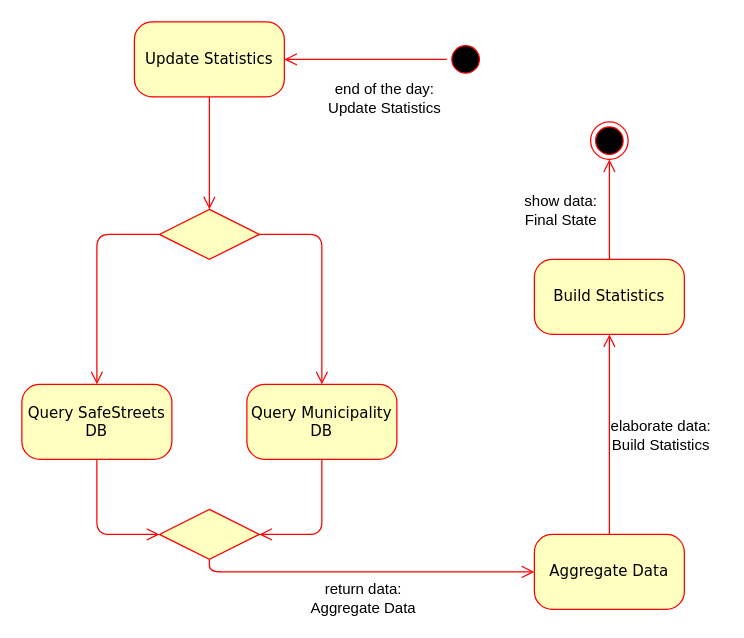
GiorgioUghini/SafeStreets keeps this draw.io diagram as RASD/diagrams/statisticsConstruction.drawio. Above is the earlier version. Source tidied: cells renumbered, new cells numbered last; positions are measured from the earlier drawing's top-left corner, leaving out a move shared by most shapes. Both pictures are drawn from the tidied source at 125%, with x=0, y=0 at pixel (21, 21).
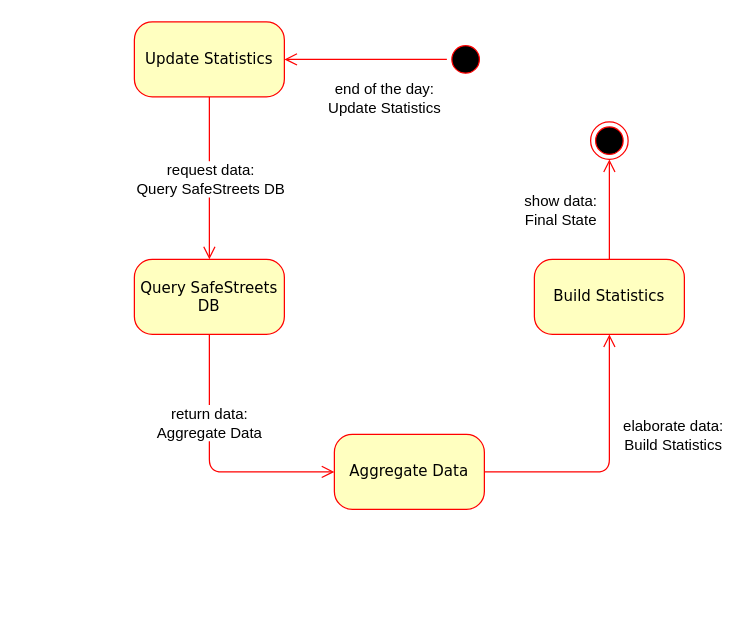
After the change.

Commit message (it also covers changes not shown here):
Modify 2.3.2 2.3.3 diagrams RASD after DD

The change refers to these unchanged cells:
```xml
<mxCell id="19" value="Build Statistics" style="rounded=1;whiteSpace=wrap;html=1;arcSize=24;fillColor=#ffffc0;strokeColor=#ff0000;shadow=0;comic=0;labelBackgroundColor=none;fontFamily=Verdana;fontSize=12;fontColor=#000000;align=center;" parent="1" vertex="1">
  <mxGeometry x="410" y="190" width="120" height="60" as="geometry" />
</mxCell>
```

What changed in the source:
```diff
@@
-    <mxCell id="7" style="rhombus;whiteSpace=wrap;html=1;fillColor=#FFFFC0;strokeColor=#FF0000;" parent="1" vertex="1">
-      <mxGeometry x="110" y="150" width="80" height="40" as="geometry" />
-    </mxCell>
-    <mxCell id="8" style="edgeStyle=elbowEdgeStyle;html=1;labelBackgroundColor=none;endArrow=open;endSize=8;strokeColor=#ff0000;fontFamily=Verdana;fontSize=12;align=left;exitX=0.25;exitY=1;" parent="1" edge="1">
+    <mxCell id="8" style="edgeStyle=elbowEdgeStyle;html=1;labelBackgroundColor=none;endArrow=open;endSize=8;strokeColor=#ff0000;fontFamily=Verdana;fontSize=12;align=left;exitX=0.25;exitY=1;entryX=0.5;entryY=0;entryDx=0;entryDy=0;" parent="1" edge="1" target="12">
       <mxGeometry relative="1" as="geometry">
         <mxPoint x="150" y="60" as="sourcePoint" />
-        <mxPoint x="150" y="150" as="targetPoint" />
       </mxGeometry>
     </mxCell>
-    <mxCell id="9" style="edgeStyle=elbowEdgeStyle;html=1;labelBackgroundColor=none;endArrow=open;endSize=8;strokeColor=#ff0000;fontFamily=Verdana;fontSize=12;align=left;exitX=0;exitY=0.5;exitDx=0;exitDy=0;entryX=0.5;entryY=0;entryDx=0;entryDy=0;" parent="1" edge="1" source="7" target="12">
-      <mxGeometry relative="1" as="geometry">
-        <Array as="points">
-          <mxPoint x="60" y="240" />
-          <mxPoint x="40" y="180" />
-        </Array>
-      </mxGeometry>
-    </mxCell>
-    <mxCell id="10" style="edgeStyle=elbowEdgeStyle;html=1;labelBackgroundColor=none;endArrow=open;endSize=8;strokeColor=#ff0000;fontFamily=Verdana;fontSize=12;align=left;exitX=1;exitY=0.5;exitDx=0;exitDy=0;entryX=0.5;entryY=0;entryDx=0;entryDy=0;" parent="1" edge="1" source="7" target="11">
-      <mxGeometry relative="1" as="geometry">
-        <Array as="points">
-          <mxPoint x="240" y="250" />
-          <mxPoint x="250" y="180" />
-        </Array>
-      </mxGeometry>
-    </mxCell>
-    <mxCell id="11" value="Query Municipality DB" style="rounded=1;whiteSpace=wrap;html=1;arcSize=24;fillColor=#ffffc0;strokeColor=#ff0000;shadow=0;comic=0;labelBackgroundColor=none;fontFamily=Verdana;fontSize=12;fontColor=#000000;align=center;" parent="1" vertex="1">
-      <mxGeometry x="180" y="290" width="120" height="60" as="geometry" />
-    </mxCell>
+    <mxCell id="24" value="request data:&lt;br&gt;Query SafeStreets DB" style="text;html=1;align=center;verticalAlign=middle;labelBackgroundColor=#ffffff;" parent="8" vertex="1">
+      <mxGeometry y="-11" relative="1" as="geometry">
+        <mxPoint x="11" as="offset" />
+      </mxGeometry>
+    </mxCell>
     <mxCell id="12" value="Query SafeStreets DB" style="rounded=1;whiteSpace=wrap;html=1;arcSize=24;fillColor=#ffffc0;strokeColor=#ff0000;shadow=0;comic=0;labelBackgroundColor=none;fontFamily=Verdana;fontSize=12;fontColor=#000000;align=center;" parent="1" vertex="1">
-      <mxGeometry y="290" width="120" height="60" as="geometry" />
+      <mxGeometry x="90" y="190" width="120" height="60" as="geometry" />
     </mxCell>
     <mxCell id="13" value="Aggregate Data" style="rounded=1;whiteSpace=wrap;html=1;arcSize=24;fillColor=#ffffc0;strokeColor=#ff0000;shadow=0;comic=0;labelBackgroundColor=none;fontFamily=Verdana;fontSize=12;fontColor=#000000;align=center;" parent="1" vertex="1">
-      <mxGeometry x="410" y="410" width="120" height="60" as="geometry" />
+      <mxGeometry x="250" y="330" width="120" height="60" as="geometry" />
     </mxCell>
-    <mxCell id="14" style="rhombus;whiteSpace=wrap;html=1;fillColor=#FFFFC0;strokeColor=#FF0000;" parent="1" vertex="1">
-      <mxGeometry x="110" y="390" width="80" height="40" as="geometry" />
-    </mxCell>
-    <mxCell id="15" style="edgeStyle=elbowEdgeStyle;html=1;labelBackgroundColor=none;endArrow=open;endSize=8;strokeColor=#ff0000;fontFamily=Verdana;fontSize=12;align=left;exitX=0.5;exitY=1;exitDx=0;exitDy=0;entryX=0;entryY=0.5;entryDx=0;entryDy=0;" parent="1" edge="1" source="12" target="14">
-      <mxGeometry relative="1" as="geometry">
-        <Array as="points">
-          <mxPoint x="60" y="400" />
-          <mxPoint x="130" y="380" />
-        </Array>
-      </mxGeometry>
-    </mxCell>
-    <mxCell id="16" style="edgeStyle=elbowEdgeStyle;html=1;labelBackgroundColor=none;endArrow=open;endSize=8;strokeColor=#ff0000;fontFamily=Verdana;fontSize=12;align=left;exitX=0.5;exitY=1;exitDx=0;exitDy=0;entryX=1;entryY=0.5;entryDx=0;entryDy=0;" parent="1" edge="1" source="11" target="14">
-      <mxGeometry relative="1" as="geometry">
-        <Array as="points">
-          <mxPoint x="240" y="400" />
-          <mxPoint x="170" y="380" />
-        </Array>
-      </mxGeometry>
-    </mxCell>
-    <mxCell id="17" style="edgeStyle=elbowEdgeStyle;html=1;labelBackgroundColor=none;endArrow=open;endSize=8;strokeColor=#ff0000;fontFamily=Verdana;fontSize=12;align=left;entryX=0;entryY=0.5;entryDx=0;entryDy=0;exitX=0.5;exitY=1;exitDx=0;exitDy=0;" parent="1" edge="1" source="14" target="13">
+    <mxCell id="17" style="edgeStyle=elbowEdgeStyle;html=1;labelBackgroundColor=none;endArrow=open;endSize=8;strokeColor=#ff0000;fontFamily=Verdana;fontSize=12;align=left;entryX=0;entryY=0.5;entryDx=0;entryDy=0;exitX=0.5;exitY=1;exitDx=0;exitDy=0;" parent="1" edge="1" source="12" target="13">
       <mxGeometry relative="1" as="geometry">
         <Array as="points">
+          <mxPoint x="150" y="360" />
           <mxPoint x="150" y="440" />
         </Array>
       </mxGeometry>
     </mxCell>
     <mxCell id="18" value="return data:&lt;br&gt;Aggregate Data" style="text;html=1;align=center;verticalAlign=middle;labelBackgroundColor=#ffffff;" parent="17" vertex="1">
       <mxGeometry x="0.28" relative="1" as="geometry">
-        <mxPoint x="-41" y="20" as="offset" />
+        <mxPoint x="-25" y="-40" as="offset" />
       </mxGeometry>
     </mxCell>
@@
-    <mxCell id="20" style="edgeStyle=elbowEdgeStyle;html=1;labelBackgroundColor=none;endArrow=open;endSize=8;strokeColor=#ff0000;fontFamily=Verdana;fontSize=12;align=left;exitX=0.5;exitY=0;exitDx=0;exitDy=0;entryX=0.5;entryY=1;entryDx=0;entryDy=0;" parent="1" edge="1" source="13" target="19">
-      <mxGeometry relative="1" as="geometry" />
+    <mxCell id="20" style="edgeStyle=elbowEdgeStyle;html=1;labelBackgroundColor=none;endArrow=open;endSize=8;strokeColor=#ff0000;fontFamily=Verdana;fontSize=12;align=left;exitX=1;exitY=0.5;exitDx=0;exitDy=0;entryX=0.5;entryY=1;entryDx=0;entryDy=0;" parent="1" edge="1" source="13" target="19">
+      <mxGeometry relative="1" as="geometry">
+        <Array as="points">
+          <mxPoint x="470" y="310" />
+        </Array>
+      </mxGeometry>
     </mxCell>
     <mxCell id="21" value="elaborate data:&lt;br&gt;Build Statistics&lt;br&gt;" style="text;html=1;align=center;verticalAlign=middle;labelBackgroundColor=#ffffff;" parent="20" vertex="1">
       <mxGeometry x="0.16" y="3" relative="1" as="geometry">
-        <mxPoint x="43" y="13" as="offset" />
+        <mxPoint x="53" y="-8" as="offset" />
       </mxGeometry>
     </mxCell>
```
